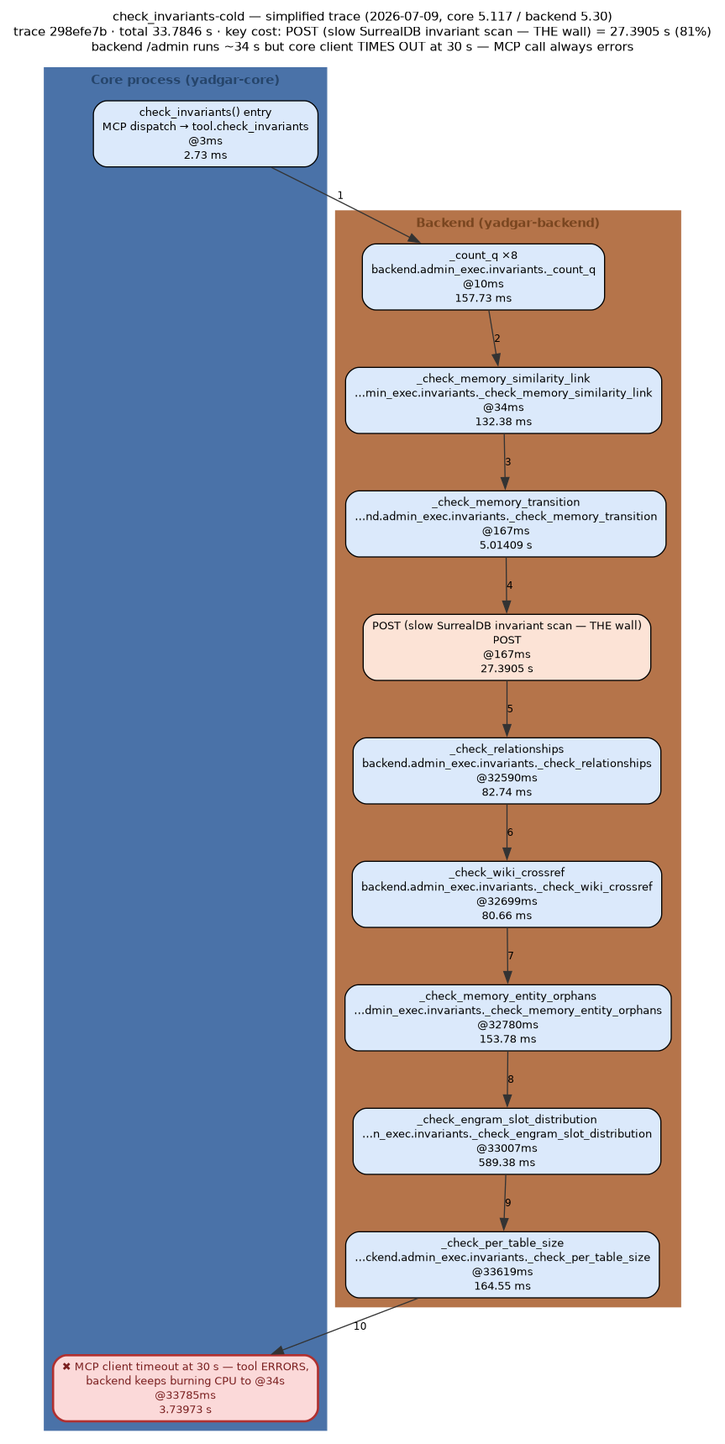
This is docs/diagrams/out/check_invariants-cold-trace-2026-07-09.png from m-agahi/yadgar, a Graphviz export, as it was before one commit. Its source is kept beside it as docs/diagrams/out/check_invariants-cold-trace-2026-07-09.dot. Source of this version:
```dot
digraph flow {
  rankdir="TB";
  newrank=true;
  compound=true;
  nodesep=0.35;
  ranksep=0.55;
  graph [fontname="Helvetica", fontsize=11, labelloc="t"];
  node  [fontname="Helvetica", fontsize=10];
  edge  [fontname="Helvetica", fontsize=9];
  label="check_invariants-cold — simplified trace (2026-07-09, core 5.117 / backend 5.30)
trace 298efe7b · total 33.7846 s · key cost: POST (slow SurrealDB invariant scan — THE wall) = 27.3905 s (81%)\nbackend /admin runs ~34 s but core client TIMES OUT at 30 s — MCP call always errors";
  subgraph "cluster_core" {
    label="Core process (yadgar-core)";
    style=filled;
    bgcolor="#eef4fb";
    color="#4a72a8";
    fontcolor="#26456b";
    fontname="Helvetica-Bold";
    "entry" [shape="box", style="rounded,filled", fillcolor="#dbe9fb", label="check_invariants() entry\nMCP dispatch → tool.check_invariants\n@3ms\n2.73 ms"];
    "done" [shape="box", style="rounded,filled,bold", fillcolor="#fbd9d9", color="#b03030", fontcolor="#7a1f1f", label="✖ MCP client timeout at 30 s — tool ERRORS,\nbackend keeps burning CPU to @34s\n@33785ms\n3.73973 s"];
  }
  subgraph "cluster_backend" {
    label="Backend (yadgar-backend)";
    style=filled;
    bgcolor="#fbf0ea";
    color="#b5744a";
    fontcolor="#7a4620";
    fontname="Helvetica-Bold";
    "s0" [shape="box", style="rounded,filled", fillcolor="#dbe9fb", label="_count_q ×8\nbackend.admin_exec.invariants._count_q\n@10ms\n157.73 ms"];
    "s1" [shape="box", style="rounded,filled", fillcolor="#dbe9fb", label="_check_memory_similarity_link\n…min_exec.invariants._check_memory_similarity_link\n@34ms\n132.38 ms"];
    "s2" [shape="box", style="rounded,filled", fillcolor="#dbe9fb", label="_check_memory_transition\n…nd.admin_exec.invariants._check_memory_transition\n@167ms\n5.01409 s"];
    "s3" [shape="box", style="rounded,filled", fillcolor="#fce3d6", label="POST (slow SurrealDB invariant scan — THE wall)\nPOST\n@167ms\n27.3905 s"];
    "s4" [shape="box", style="rounded,filled", fillcolor="#dbe9fb", label="_check_relationships\nbackend.admin_exec.invariants._check_relationships\n@32590ms\n82.74 ms"];
    "s5" [shape="box", style="rounded,filled", fillcolor="#dbe9fb", label="_check_wiki_crossref\nbackend.admin_exec.invariants._check_wiki_crossref\n@32699ms\n80.66 ms"];
    "s6" [shape="box", style="rounded,filled", fillcolor="#dbe9fb", label="_check_memory_entity_orphans\n…dmin_exec.invariants._check_memory_entity_orphans\n@32780ms\n153.78 ms"];
    "s7" [shape="box", style="rounded,filled", fillcolor="#dbe9fb", label="_check_engram_slot_distribution\n…n_exec.invariants._check_engram_slot_distribution\n@33007ms\n589.38 ms"];
    "s8" [shape="box", style="rounded,filled", fillcolor="#dbe9fb", label="_check_per_table_size\n…ckend.admin_exec.invariants._check_per_table_size\n@33619ms\n164.55 ms"];
  }
  "entry" -> "s0" [color="#333333", style="solid", label="1"];
  "s0" -> "s1" [color="#333333", style="solid", label="2"];
  "s1" -> "s2" [color="#333333", style="solid", label="3"];
  "s2" -> "s3" [color="#333333", style="solid", label="4"];
  "s3" -> "s4" [color="#333333", style="solid", label="5"];
  "s4" -> "s5" [color="#333333", style="solid", label="6"];
  "s5" -> "s6" [color="#333333", style="solid", label="7"];
  "s6" -> "s7" [color="#333333", style="solid", label="8"];
  "s7" -> "s8" [color="#333333", style="solid", label="9"];
  "s8" -> "done" [color="#333333", style="solid", label="10"];
}
```
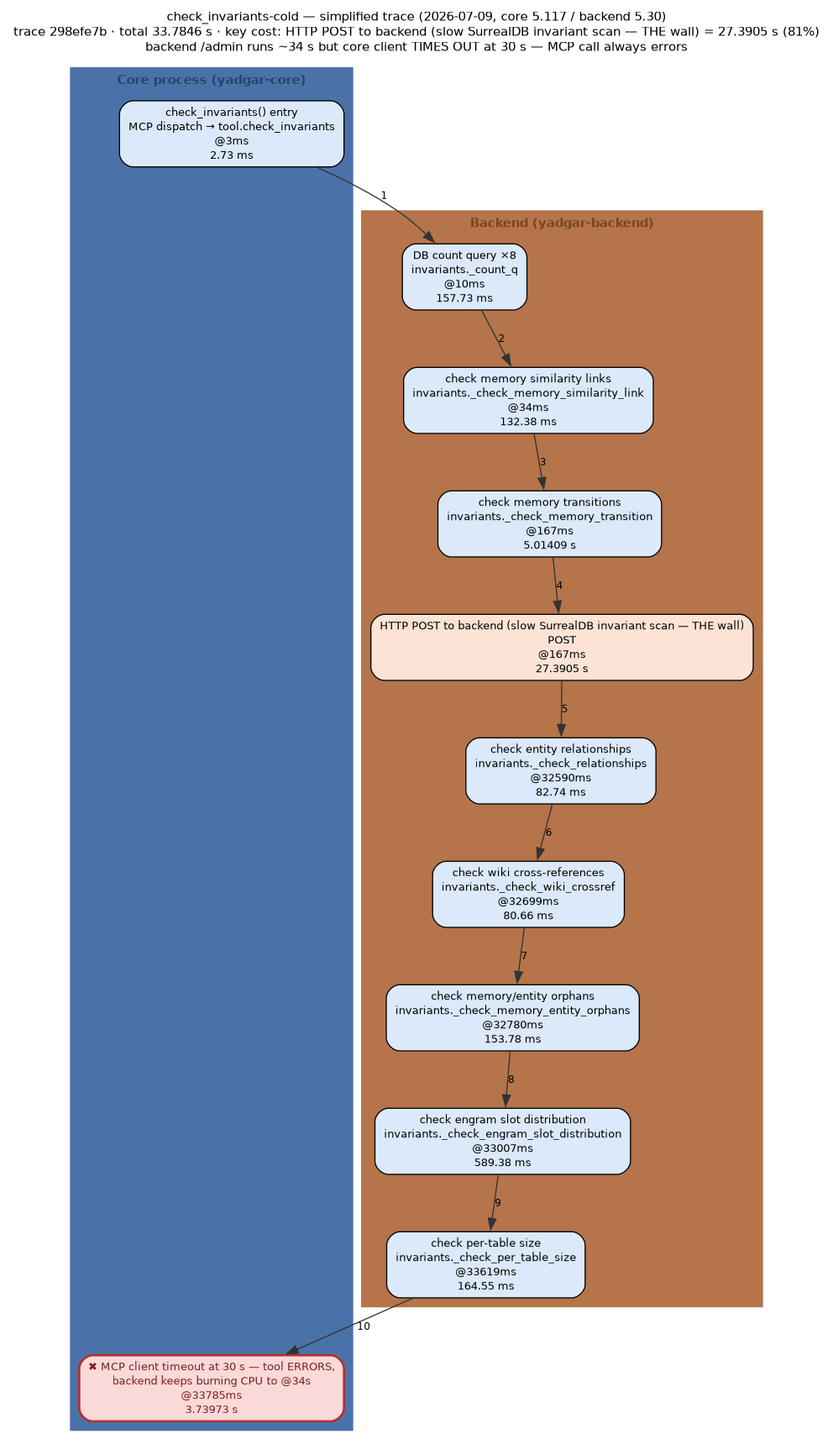
Above is the later version.

Diff of the diagram source:
```diff
@@ -8,7 +8,7 @@
   node  [fontname="Helvetica", fontsize=10];
   edge  [fontname="Helvetica", fontsize=9];
   label="check_invariants-cold — simplified trace (2026-07-09, core 5.117 / backend 5.30)
-trace 298efe7b · total 33.7846 s · key cost: POST (slow SurrealDB invariant scan — THE wall) = 27.3905 s (81%)\nbackend /admin runs ~34 s but core client TIMES OUT at 30 s — MCP call always errors";
+trace 298efe7b · total 33.7846 s · key cost: HTTP POST to backend (slow SurrealDB invariant scan — THE wall) = 27.3905 s (81%)\nbackend /admin runs ~34 s but core client TIMES OUT at 30 s — MCP call always errors";
   subgraph "cluster_core" {
     label="Core process (yadgar-core)";
     style=filled;
@@ -26,15 +26,15 @@
     color="#b5744a";
     fontcolor="#7a4620";
     fontname="Helvetica-Bold";
-    "s0" [shape="box", style="rounded,filled", fillcolor="#dbe9fb", label="_count_q ×8\nbackend.admin_exec.invariants._count_q\n@10ms\n157.73 ms"];
-    "s1" [shape="box", style="rounded,filled", fillcolor="#dbe9fb", label="_check_memory_similarity_link\n…min_exec.invariants._check_memory_similarity_link\n@34ms\n132.38 ms"];
-    "s2" [shape="box", style="rounded,filled", fillcolor="#dbe9fb", label="_check_memory_transition\n…nd.admin_exec.invariants._check_memory_transition\n@167ms\n5.01409 s"];
-    "s3" [shape="box", style="rounded,filled", fillcolor="#fce3d6", label="POST (slow SurrealDB invariant scan — THE wall)\nPOST\n@167ms\n27.3905 s"];
-    "s4" [shape="box", style="rounded,filled", fillcolor="#dbe9fb", label="_check_relationships\nbackend.admin_exec.invariants._check_relationships\n@32590ms\n82.74 ms"];
-    "s5" [shape="box", style="rounded,filled", fillcolor="#dbe9fb", label="_check_wiki_crossref\nbackend.admin_exec.invariants._check_wiki_crossref\n@32699ms\n80.66 ms"];
-    "s6" [shape="box", style="rounded,filled", fillcolor="#dbe9fb", label="_check_memory_entity_orphans\n…dmin_exec.invariants._check_memory_entity_orphans\n@32780ms\n153.78 ms"];
-    "s7" [shape="box", style="rounded,filled", fillcolor="#dbe9fb", label="_check_engram_slot_distribution\n…n_exec.invariants._check_engram_slot_distribution\n@33007ms\n589.38 ms"];
-    "s8" [shape="box", style="rounded,filled", fillcolor="#dbe9fb", label="_check_per_table_size\n…ckend.admin_exec.invariants._check_per_table_size\n@33619ms\n164.55 ms"];
+    "s0" [shape="box", style="rounded,filled", fillcolor="#dbe9fb", label="DB count query ×8\ninvariants._count_q\n@10ms\n157.73 ms"];
+    "s1" [shape="box", style="rounded,filled", fillcolor="#dbe9fb", label="check memory similarity links\ninvariants._check_memory_similarity_link\n@34ms\n132.38 ms"];
+    "s2" [shape="box", style="rounded,filled", fillcolor="#dbe9fb", label="check memory transitions\ninvariants._check_memory_transition\n@167ms\n5.01409 s"];
+    "s3" [shape="box", style="rounded,filled", fillcolor="#fce3d6", label="HTTP POST to backend (slow SurrealDB invariant scan — THE wall)\nPOST\n@167ms\n27.3905 s"];
+    "s4" [shape="box", style="rounded,filled", fillcolor="#dbe9fb", label="check entity relationships\ninvariants._check_relationships\n@32590ms\n82.74 ms"];
+    "s5" [shape="box", style="rounded,filled", fillcolor="#dbe9fb", label="check wiki cross-references\ninvariants._check_wiki_crossref\n@32699ms\n80.66 ms"];
+    "s6" [shape="box", style="rounded,filled", fillcolor="#dbe9fb", label="check memory/entity orphans\ninvariants._check_memory_entity_orphans\n@32780ms\n153.78 ms"];
+    "s7" [shape="box", style="rounded,filled", fillcolor="#dbe9fb", label="check engram slot distribution\ninvariants._check_engram_slot_distribution\n@33007ms\n589.38 ms"];
+    "s8" [shape="box", style="rounded,filled", fillcolor="#dbe9fb", label="check per-table size\ninvariants._check_per_table_size\n@33619ms\n164.55 ms"];
   }
   "entry" -> "s0" [color="#333333", style="solid", label="1"];
   "s0" -> "s1" [color="#333333", style="solid", label="2"];
```
